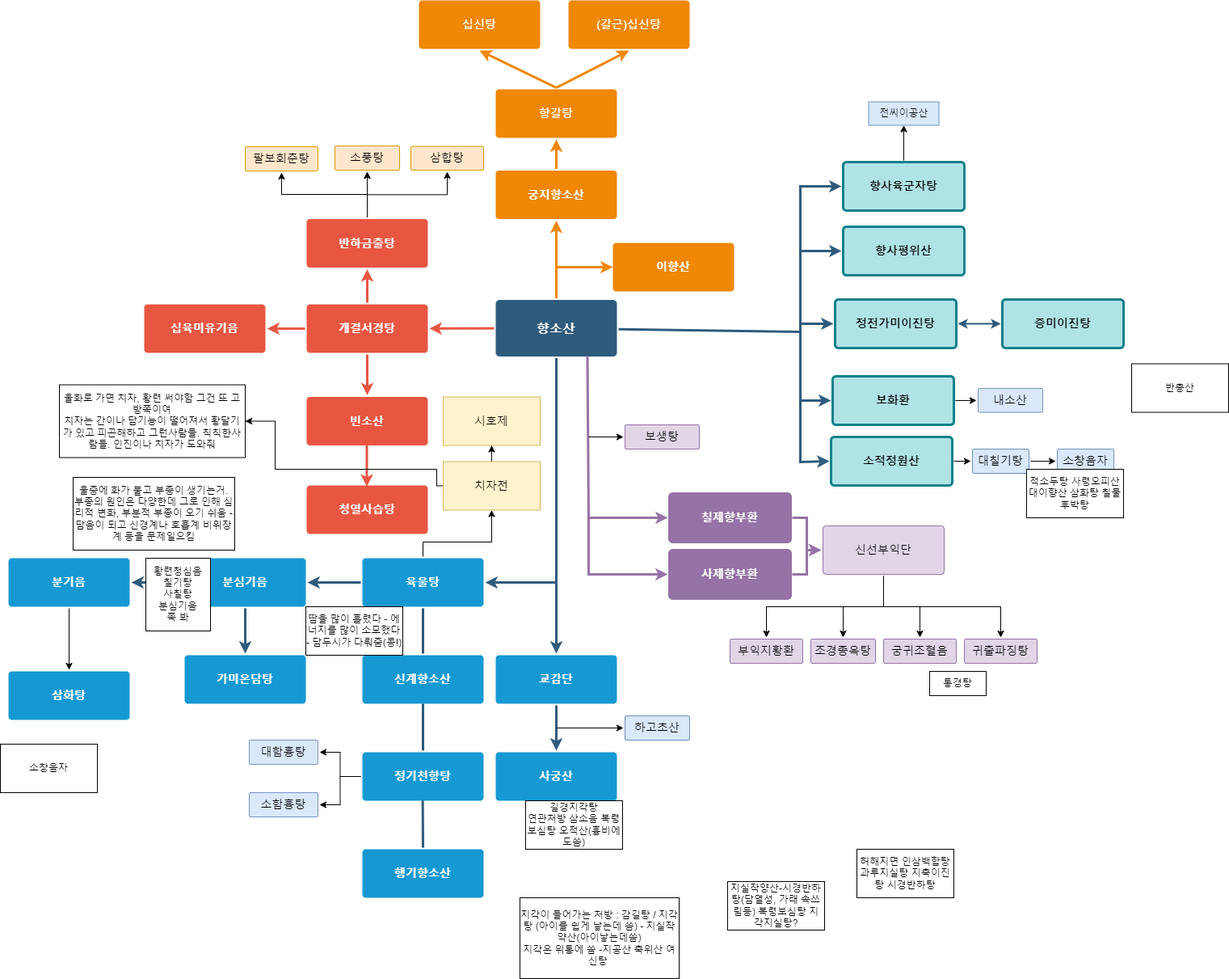
Earlier version of the draw.io export 향소산플로우차트.drawio.png (Jinzin71/sparta). Source tidied: cells renumbered, new cells last; positions are measured from the earlier drawing's top-left corner, leaving out a move shared by most shapes.
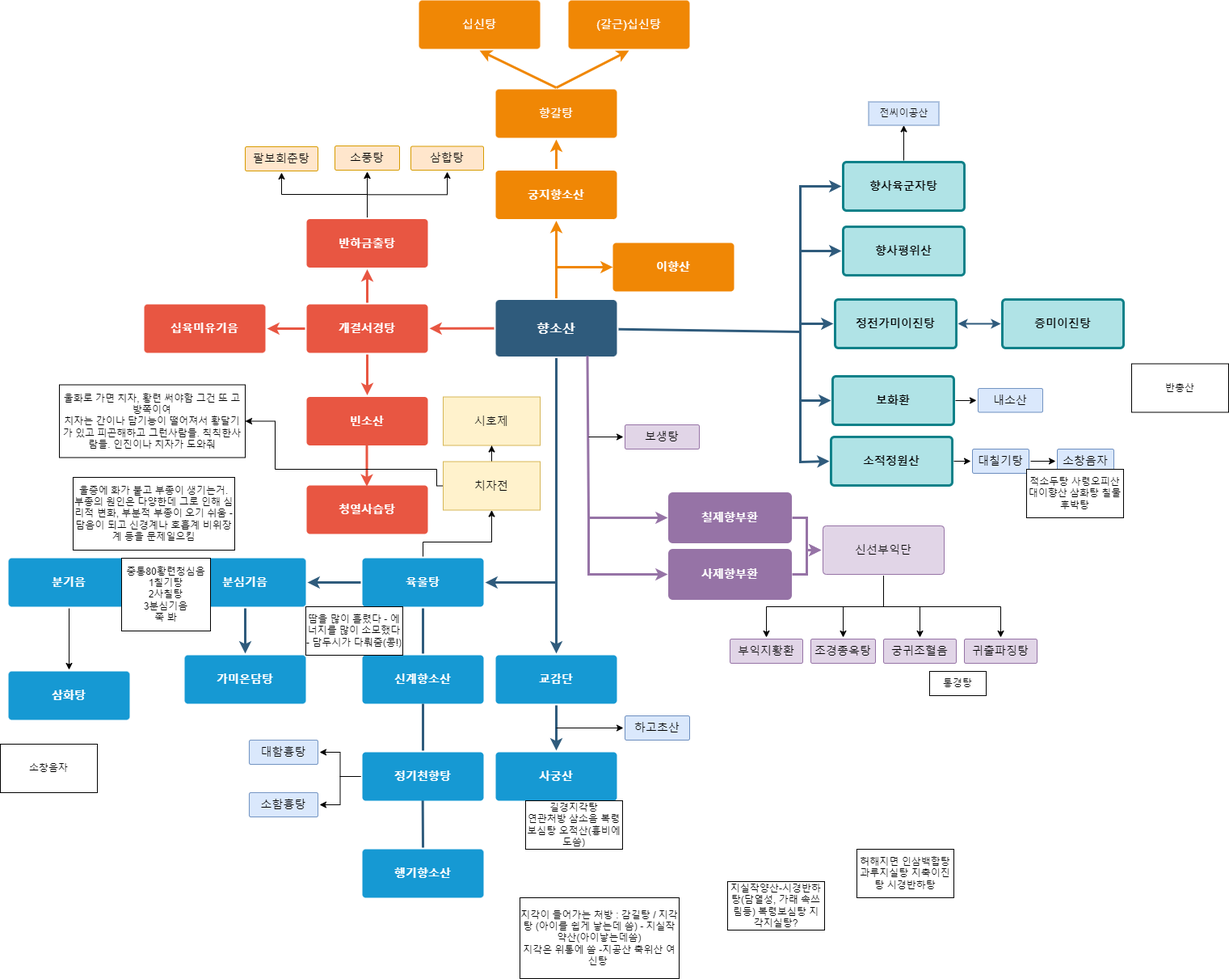
The same diagram one commit later.

Commit message:
향소산플로우차트.drawio.png 업데이트

What changed in the source:
```diff
@@ -427,8 +427,8 @@
     <mxCell id="109" value="소창음자" style="whiteSpace=wrap;html=1;" parent="1" vertex="1">
       <mxGeometry y="920" width="120" height="60" as="geometry" />
     </mxCell>
-    <mxCell id="110" value="황련청심음&lt;br&gt;칠기탕&lt;br&gt;사칠탕&lt;br&gt;분심기음&lt;br&gt;쭉 봐" style="whiteSpace=wrap;html=1;" parent="1" vertex="1">
-      <mxGeometry x="180" y="690" width="80" height="90" as="geometry" />
+    <mxCell id="110" value="중통80황련청심음&lt;br&gt;1칠기탕&lt;br&gt;2사칠탕&lt;br&gt;3분심기음&lt;br&gt;쭉 봐" style="whiteSpace=wrap;html=1;" parent="1" vertex="1">
+      <mxGeometry x="150" y="690" width="110" height="90" as="geometry" />
     </mxCell>
   </root>
 </mxGraphModel>
```
